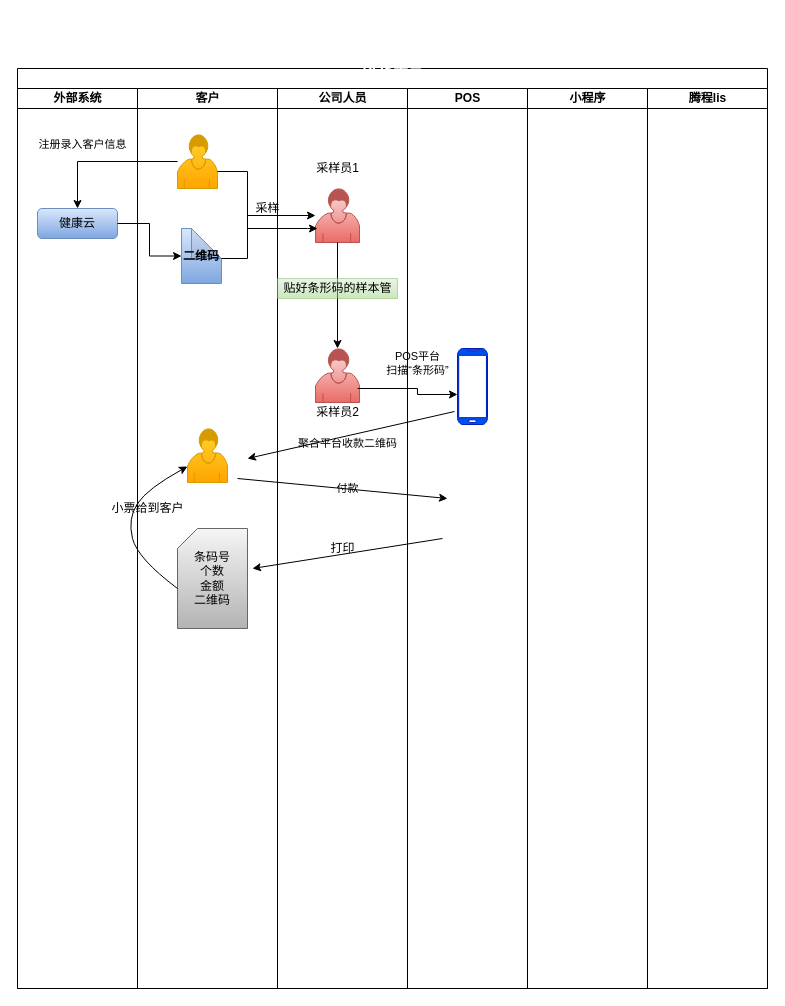
Above: 新冠业务流程（上海）.drawio in lidanqing123/drawio.picture (draw.io), before the change. Source tidied: cells renumbered, new cells numbered last; positions are measured from the earlier drawing's top-left corner, leaving out a move shared by most shapes. Both pictures are drawn from the tidied source at 100%, with x=0, y=0 at pixel (17, 68).
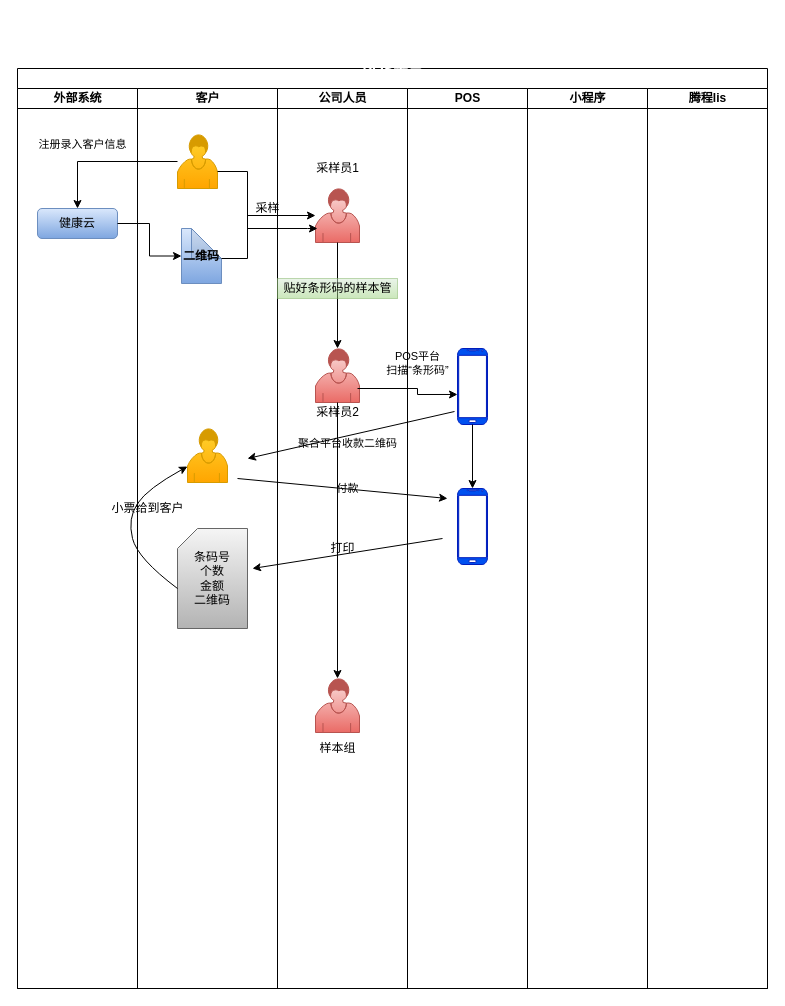
Above is the later version.

Commit message:
Update 新冠业务流程（上海）.drawio

Unchanged cells that the change refers to:
```xml
<mxCell id="12" value="公司人员" style="swimlane;html=1;startSize=20;" parent="2" vertex="1">
  <mxGeometry x="260" y="20" width="130" height="900" as="geometry" />
</mxCell>
<mxCell id="15" style="shape=mxgraph.bpmn.user_task;html=1;outlineConnect=0;gradientColor=#ea6b66;fillColor=#f8cecc;strokeColor=#b85450;" parent="12" vertex="1">
  <mxGeometry x="38" y="260" width="44" height="54" as="geometry" />
</mxCell>
<mxCell id="23" value="POS" style="swimlane;html=1;startSize=20;" parent="2" vertex="1">
  <mxGeometry x="390" y="20" width="120" height="900" as="geometry" />
</mxCell>
<mxCell id="24" style="verticalLabelPosition=bottom;verticalAlign=top;html=1;shadow=0;dashed=0;strokeWidth=1;shape=mxgraph.android.phone2;strokeColor=#001DBC;fillColor=#0050ef;fontColor=#ffffff;" parent="23" vertex="1">
  <mxGeometry x="50" y="260" width="30" height="76" as="geometry" />
</mxCell>
```

Change to the diagram source:
```diff
@@
+    <mxCell id="37" style="shape=mxgraph.bpmn.user_task;html=1;outlineConnect=0;gradientColor=#ea6b66;fillColor=#f8cecc;strokeColor=#b85450;" parent="12" vertex="1">
+      <mxGeometry x="38" y="590" width="44" height="54" as="geometry" />
+    </mxCell>
+    <mxCell id="38" style="edgeStyle=orthogonalEdgeStyle;rounded=0;jettySize=auto;html=1;" parent="12" edge="1" source="15" target="37">
+      <mxGeometry relative="1" as="geometry" />
+    </mxCell>
+    <mxCell id="39" value="样本组" style="text;html=1;align=center;verticalAlign=middle;" parent="12" vertex="1">
+      <mxGeometry x="35" y="650" width="50" height="20" as="geometry" />
+    </mxCell>
@@
+    <mxCell id="40" style="verticalLabelPosition=bottom;verticalAlign=top;html=1;shadow=0;dashed=0;strokeWidth=1;shape=mxgraph.android.phone2;strokeColor=#001DBC;fillColor=#0050ef;fontColor=#ffffff;" parent="23" vertex="1">
+      <mxGeometry x="50" y="400" width="30" height="76" as="geometry" />
+    </mxCell>
+    <mxCell id="41" style="edgeStyle=orthogonalEdgeStyle;rounded=0;jettySize=auto;html=1;" parent="23" edge="1" source="24" target="40">
+      <mxGeometry relative="1" as="geometry" />
+    </mxCell>
```
